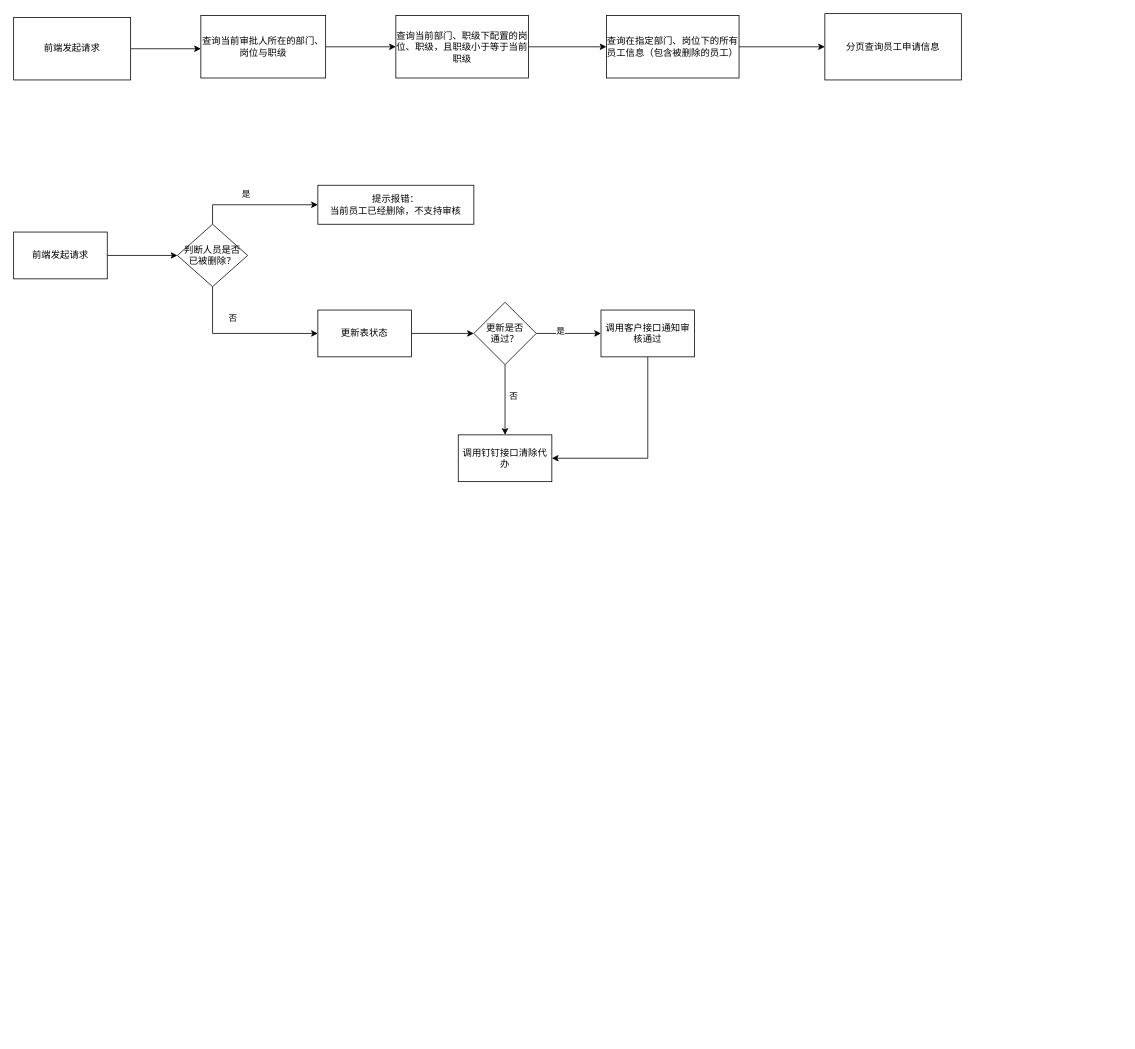
Above: 岗位晋升审核.drawio in OnlyHF/draw (draw.io), before the change. Source tidied: cells renumbered, new cells numbered last; positions are measured from the earlier drawing's top-left corner, leaving out a move shared by most shapes. Both pictures are drawn from the tidied source at 78%, with x=0, y=0 at pixel (13, 13).
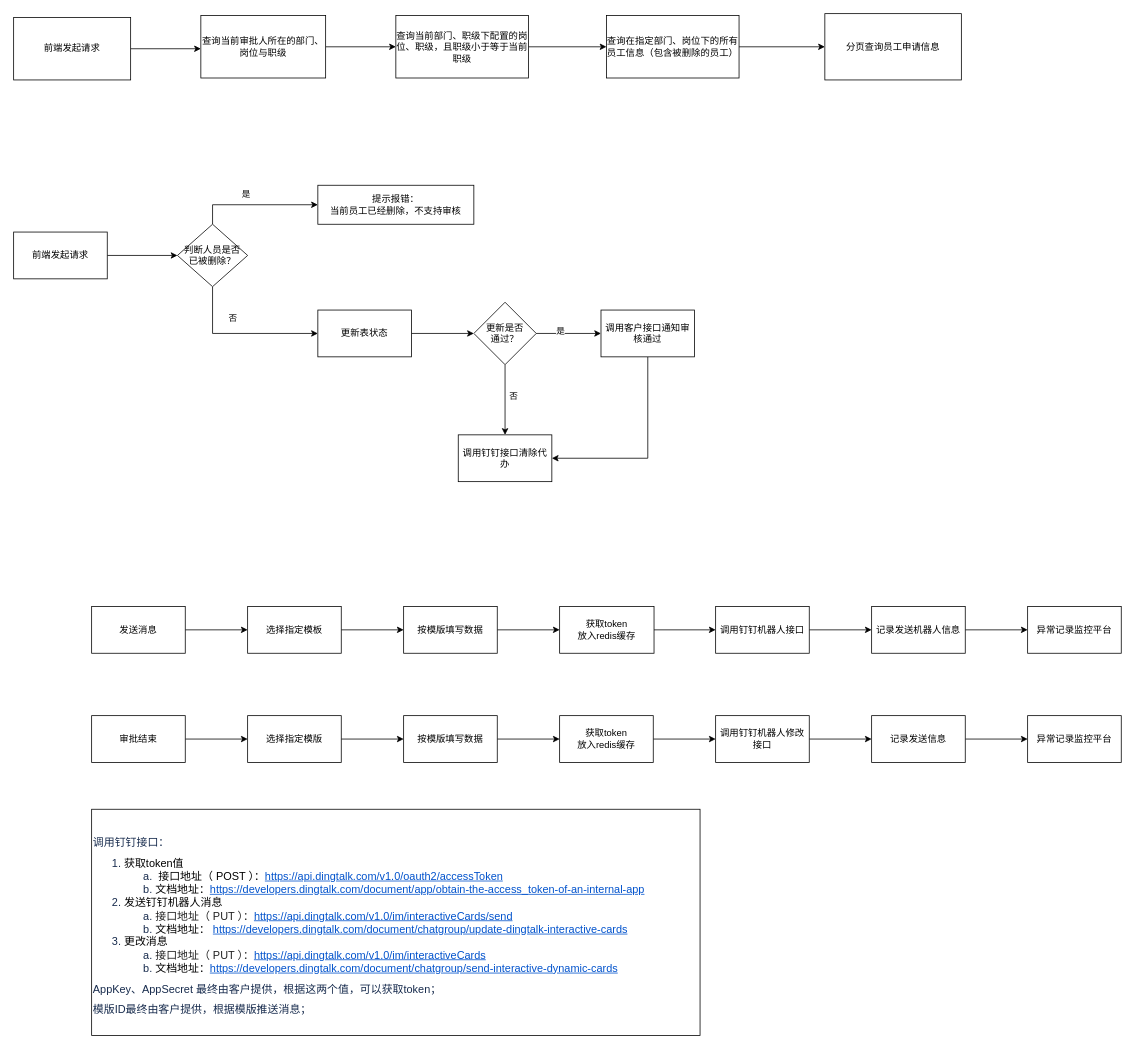
Above is the later version.

Commit message:
更新岗位晋升审核.drawio

Diff of the diagram source:
```diff
@@
+    <mxCell id="29" style="edgeStyle=orthogonalEdgeStyle;rounded=0;jettySize=auto;html=1;" parent="1" edge="1" source="30" target="32">
+      <mxGeometry relative="1" as="geometry" />
+    </mxCell>
+    <mxCell id="30" value="发送消息" style="rounded=0;whiteSpace=wrap;html=1;align=center;" parent="1" vertex="1">
+      <mxGeometry x="100" y="760" width="120" height="60" as="geometry" />
+    </mxCell>
+    <mxCell id="31" style="edgeStyle=orthogonalEdgeStyle;rounded=0;jettySize=auto;html=1;" parent="1" edge="1" source="32" target="34">
+      <mxGeometry relative="1" as="geometry" />
+    </mxCell>
+    <mxCell id="32" value="选择指定模板" style="whiteSpace=wrap;html=1;rounded=0;" parent="1" vertex="1">
+      <mxGeometry x="300" y="760" width="120" height="60" as="geometry" />
+    </mxCell>
+    <mxCell id="33" style="edgeStyle=orthogonalEdgeStyle;rounded=0;jettySize=auto;html=1;" parent="1" edge="1" source="34" target="36">
+      <mxGeometry relative="1" as="geometry" />
+    </mxCell>
+    <mxCell id="34" value="按模版填写数据" style="whiteSpace=wrap;html=1;rounded=0;" parent="1" vertex="1">
+      <mxGeometry x="500" y="760" width="120" height="60" as="geometry" />
+    </mxCell>
+    <mxCell id="35" style="edgeStyle=orthogonalEdgeStyle;rounded=0;jettySize=auto;html=1;" parent="1" edge="1" source="36" target="38">
+      <mxGeometry relative="1" as="geometry" />
+    </mxCell>
+    <mxCell id="36" value="获取token&lt;br&gt;放入redis缓存" style="whiteSpace=wrap;html=1;rounded=0;" parent="1" vertex="1">
+      <mxGeometry x="700" y="760" width="121" height="60" as="geometry" />
+    </mxCell>
+    <mxCell id="37" style="edgeStyle=orthogonalEdgeStyle;rounded=0;jettySize=auto;html=1;" parent="1" edge="1" source="38" target="40">
+      <mxGeometry relative="1" as="geometry" />
+    </mxCell>
+    <mxCell id="38" value="调用钉钉机器人接口" style="whiteSpace=wrap;html=1;rounded=0;" parent="1" vertex="1">
+      <mxGeometry x="900" y="760" width="120" height="60" as="geometry" />
+    </mxCell>
+    <mxCell id="39" style="edgeStyle=orthogonalEdgeStyle;rounded=0;jettySize=auto;html=1;" parent="1" edge="1" source="40" target="54">
+      <mxGeometry relative="1" as="geometry" />
+    </mxCell>
+    <mxCell id="40" value="记录发送机器人信息" style="whiteSpace=wrap;html=1;rounded=0;" parent="1" vertex="1">
+      <mxGeometry x="1100" y="760" width="120" height="60" as="geometry" />
+    </mxCell>
+    <mxCell id="41" style="edgeStyle=orthogonalEdgeStyle;rounded=0;jettySize=auto;html=1;" parent="1" edge="1" source="42" target="44">
+      <mxGeometry relative="1" as="geometry" />
+    </mxCell>
+    <mxCell id="42" value="审批结束" style="rounded=0;whiteSpace=wrap;html=1;align=center;" parent="1" vertex="1">
+      <mxGeometry x="100" y="900" width="120" height="60" as="geometry" />
+    </mxCell>
+    <mxCell id="43" style="edgeStyle=orthogonalEdgeStyle;rounded=0;jettySize=auto;html=1;" parent="1" edge="1" source="44" target="46">
+      <mxGeometry relative="1" as="geometry" />
+    </mxCell>
+    <mxCell id="44" value="选择指定模版" style="whiteSpace=wrap;html=1;rounded=0;" parent="1" vertex="1">
+      <mxGeometry x="300" y="900" width="120" height="60" as="geometry" />
+    </mxCell>
+    <mxCell id="45" style="edgeStyle=orthogonalEdgeStyle;rounded=0;jettySize=auto;html=1;" parent="1" edge="1" source="46" target="48">
+      <mxGeometry relative="1" as="geometry" />
+    </mxCell>
+    <mxCell id="46" value="按模版填写数据" style="whiteSpace=wrap;html=1;rounded=0;" parent="1" vertex="1">
+      <mxGeometry x="500" y="900" width="120" height="60" as="geometry" />
+    </mxCell>
+    <mxCell id="47" style="edgeStyle=orthogonalEdgeStyle;rounded=0;jettySize=auto;html=1;" parent="1" edge="1" source="48" target="50">
+      <mxGeometry relative="1" as="geometry" />
+    </mxCell>
+    <mxCell id="48" value="获取token&lt;br&gt;放入redis缓存" style="whiteSpace=wrap;html=1;rounded=0;" parent="1" vertex="1">
+      <mxGeometry x="700" y="900" width="120" height="60" as="geometry" />
+    </mxCell>
+    <mxCell id="49" style="edgeStyle=orthogonalEdgeStyle;rounded=0;jettySize=auto;html=1;" parent="1" edge="1" source="50" target="52">
+      <mxGeometry relative="1" as="geometry" />
+    </mxCell>
+    <mxCell id="50" value="调用钉钉机器人修改接口" style="whiteSpace=wrap;html=1;rounded=0;" parent="1" vertex="1">
+      <mxGeometry x="900" y="900" width="120" height="60" as="geometry" />
+    </mxCell>
+    <mxCell id="51" style="edgeStyle=orthogonalEdgeStyle;rounded=0;jettySize=auto;html=1;" parent="1" edge="1" source="52" target="55">
+      <mxGeometry relative="1" as="geometry" />
+    </mxCell>
+    <mxCell id="52" value="记录发送信息" style="whiteSpace=wrap;html=1;rounded=0;" parent="1" vertex="1">
+      <mxGeometry x="1100" y="900" width="120" height="60" as="geometry" />
+    </mxCell>
+    <mxCell id="53" value="&lt;p style=&quot;margin: 10px 0px 0px ; padding: 0px ; color: rgb(23 , 43 , 77) ; font-family: , , &amp;#34;segoe ui&amp;#34; , &amp;#34;roboto&amp;#34; , &amp;#34;oxygen&amp;#34; , &amp;#34;ubuntu&amp;#34; , &amp;#34;fira sans&amp;#34; , &amp;#34;droid sans&amp;#34; , &amp;#34;helvetica neue&amp;#34; , sans-serif ; font-size: 14px ; background-color: rgb(255 , 255 , 255)&quot;&gt;调用钉钉接口：&lt;/p&gt;&lt;ol style=&quot;margin: 10px 0px 0px ; color: rgb(23 , 43 , 77) ; font-family: , , &amp;#34;segoe ui&amp;#34; , &amp;#34;roboto&amp;#34; , &amp;#34;oxygen&amp;#34; , &amp;#34;ubuntu&amp;#34; , &amp;#34;fira sans&amp;#34; , &amp;#34;droid sans&amp;#34; , &amp;#34;helvetica neue&amp;#34; , sans-serif ; font-size: 14px ; background-color: rgb(255 , 255 , 255)&quot;&gt;&lt;li&gt;&lt;span style=&quot;color: rgb(0 , 0 , 0)&quot;&gt;获取token值&lt;/span&gt;&lt;ol style=&quot;margin: 0px ; list-style-type: lower-alpha&quot;&gt;&lt;li&gt;&lt;span style=&quot;color: rgb(0 , 0 , 0)&quot;&gt;&amp;nbsp;接口地址（ POST ）：&lt;/span&gt;&lt;a href=&quot;https://api.dingtalk.com/v1.0/oauth2/accessToken&quot; class=&quot;external-link&quot; style=&quot;color: rgb(0 , 82 , 204)&quot;&gt;https://api.dingtalk.com/v1.0/oauth2/accessToken&lt;/a&gt;&lt;/li&gt;&lt;li&gt;&lt;span style=&quot;color: rgb(0 , 0 , 0)&quot;&gt;文档地址：&lt;/span&gt;&lt;a href=&quot;https://developers.dingtalk.com/document/app/obtain-the-access_token-of-an-internal-app&quot; class=&quot;external-link&quot; style=&quot;color: rgb(0 , 82 , 204)&quot;&gt;https://developers.dingtalk.com/document/app/obtain-the-access_token-of-an-internal-app&lt;/a&gt;&lt;/li&gt;&lt;/ol&gt;&lt;/li&gt;&lt;li&gt;&lt;span style=&quot;color: rgb(0 , 0 , 0)&quot;&gt;发送钉钉机器人消息&lt;/span&gt;&lt;br&gt;&lt;ol style=&quot;margin: 0px ; list-style-type: lower-alpha&quot;&gt;&lt;li&gt;&lt;span style=&quot;color: rgb(0 , 0 , 0)&quot;&gt;&lt;span style=&quot;color: rgb(33 , 33 , 33)&quot;&gt;接口地址（ PUT ）：&lt;/span&gt;&lt;span style=&quot;color: rgb(33 , 33 , 33)&quot;&gt;&lt;a href=&quot;https://api.dingtalk.com/v1.0/im/interactiveCards/send&quot; class=&quot;external-link&quot; style=&quot;color: rgb(0 , 82 , 204)&quot;&gt;https://api.dingtalk.com/v1.0/im/interactiveCards/send&lt;/a&gt;&lt;/span&gt;&lt;/span&gt;&lt;/li&gt;&lt;li&gt;&lt;span style=&quot;color: rgb(0 , 0 , 0)&quot;&gt;文档地址：&amp;nbsp;&lt;span style=&quot;color: rgb(33 , 33 , 33)&quot;&gt;&lt;a href=&quot;https://developers.dingtalk.com/document/chatgroup/update-dingtalk-interactive-cards&quot; class=&quot;external-link&quot; style=&quot;color: rgb(0 , 82 , 204)&quot;&gt;https://developers.dingtalk.com/document/chatgroup/update-dingtalk-interactive-cards&lt;/a&gt;&lt;/span&gt;&lt;br&gt;&lt;/span&gt;&lt;/li&gt;&lt;/ol&gt;&lt;/li&gt;&lt;li&gt;&lt;span style=&quot;color: rgb(0 , 0 , 0)&quot;&gt;更改消息&lt;/span&gt;&lt;ol style=&quot;margin: 0px ; list-style-type: lower-alpha&quot;&gt;&lt;li&gt;&lt;span style=&quot;color: rgb(0 , 0 , 0)&quot;&gt;&lt;span style=&quot;color: rgb(33 , 33 , 33)&quot;&gt;接口地址（ PUT ）：&lt;/span&gt;&lt;span style=&quot;color: rgb(33 , 33 , 33)&quot;&gt;&lt;a href=&quot;https://api.dingtalk.com/v1.0/im/interactiveCards&quot; class=&quot;external-link&quot; style=&quot;color: rgb(0 , 82 , 204)&quot;&gt;https://api.dingtalk.com/v1.0/im/interactiveCards&lt;/a&gt;&lt;/span&gt;&lt;/span&gt;&lt;/li&gt;&lt;li&gt;&lt;span style=&quot;color: rgb(0 , 0 , 0)&quot;&gt;文档地址：&lt;a href=&quot;https://developers.dingtalk.com/document/chatgroup/send-interactive-dynamic-cards&quot; class=&quot;external-link&quot; style=&quot;color: rgb(0 , 82 , 204)&quot;&gt;https://developers.dingtalk.com/document/chatgroup/send-interactive-dynamic-cards&lt;/a&gt;&lt;br&gt;&lt;/span&gt;&lt;/li&gt;&lt;/ol&gt;&lt;/li&gt;&lt;/ol&gt;&lt;p style=&quot;margin: 10px 0px 0px ; padding: 0px ; color: rgb(23 , 43 , 77) ; font-family: , , &amp;#34;segoe ui&amp;#34; , &amp;#34;roboto&amp;#34; , &amp;#34;oxygen&amp;#34; , &amp;#34;ubuntu&amp;#34; , &amp;#34;fira sans&amp;#34; , &amp;#34;droid sans&amp;#34; , &amp;#34;helvetica neue&amp;#34; , sans-serif ; font-size: 14px ; background-color: rgb(255 , 255 , 255)&quot;&gt;AppKey、AppSecret 最终由客户提供，根据这两个值，可以获取token；&lt;/p&gt;&lt;p style=&quot;margin: 10px 0px 0px ; padding: 0px ; color: rgb(23 , 43 , 77) ; font-size: 14px ; background-color: rgb(255 , 255 , 255)&quot;&gt;模版ID最终由客户提供，根据模版推送消息；&lt;/p&gt;" style="rounded=0;whiteSpace=wrap;html=1;align=left;" parent="1" vertex="1">
+      <mxGeometry x="100" y="1020" width="780" height="290" as="geometry" />
+    </mxCell>
+    <mxCell id="54" value="异常记录监控平台" style="whiteSpace=wrap;html=1;rounded=0;" parent="1" vertex="1">
+      <mxGeometry x="1300" y="760" width="120" height="60" as="geometry" />
+    </mxCell>
+    <mxCell id="55" value="&lt;span&gt;异常记录监控平台&lt;/span&gt;" style="whiteSpace=wrap;html=1;rounded=0;" parent="1" vertex="1">
+      <mxGeometry x="1300" y="900" width="120" height="60" as="geometry" />
+    </mxCell>
```
